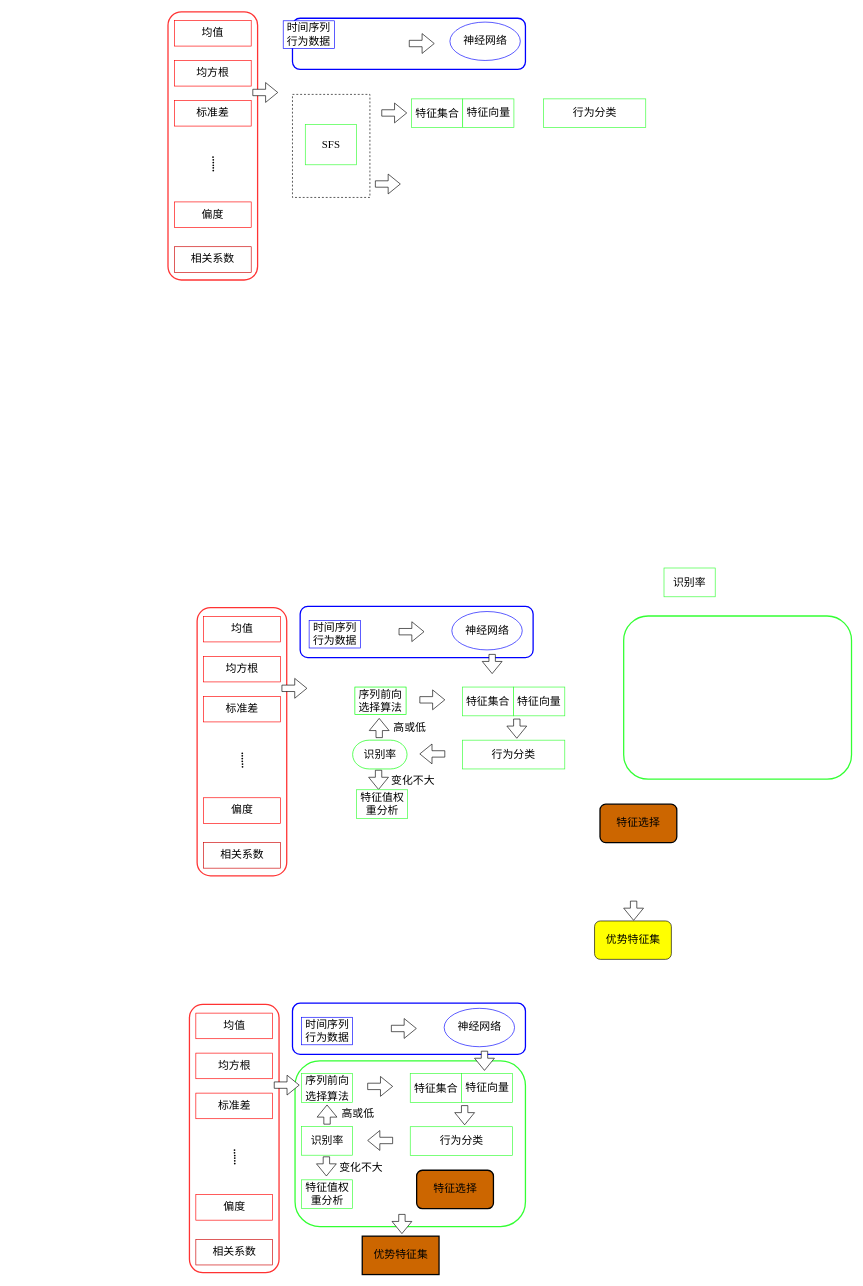
The draw.io diagram 特征选择示意图.drawio in ByronGe/ff, before the edit. Source tidied: cells renumbered, new cells numbered last; positions are measured from the earlier drawing's top-left corner, leaving out a move shared by most shapes. Both pictures are drawn from the tidied source at 64%, with x=0, y=0 at pixel (168, 12).
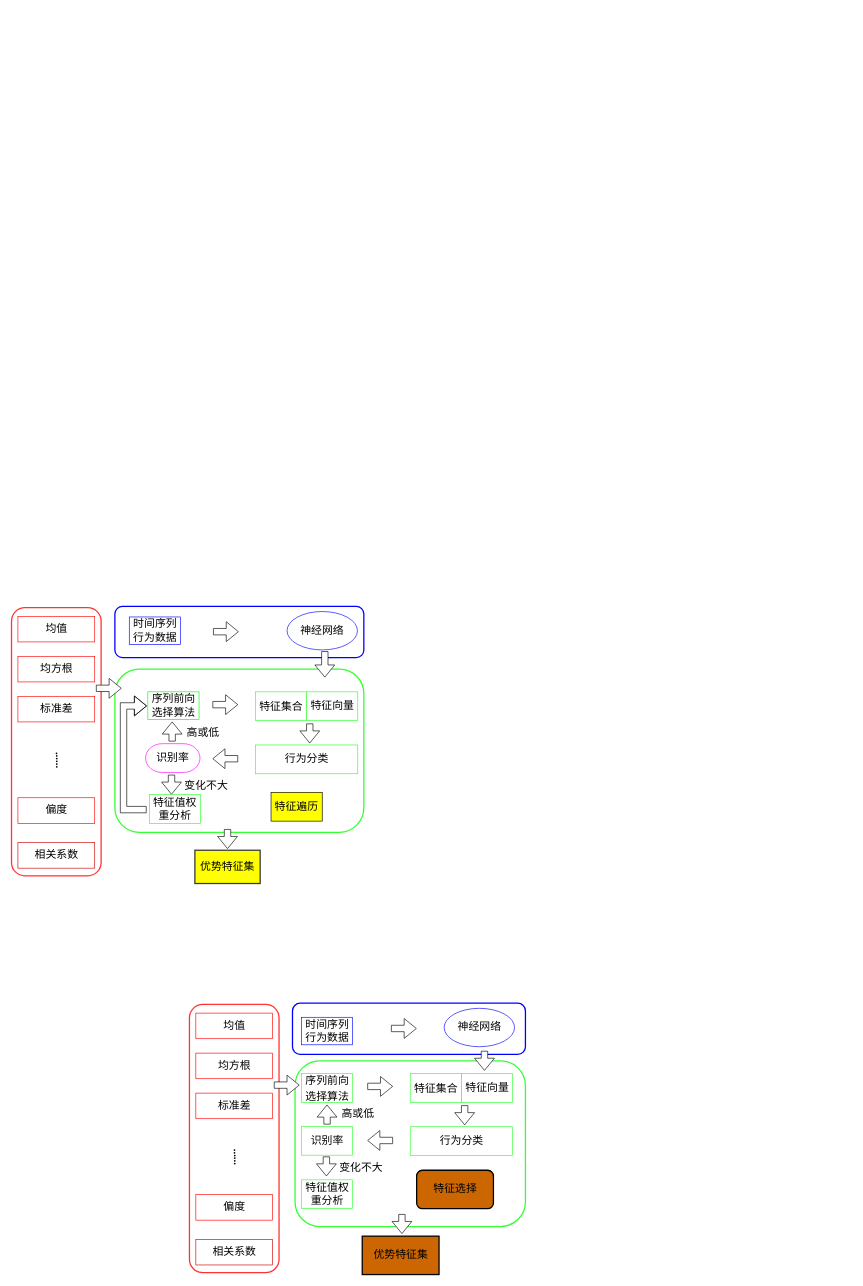
The same diagram, later.

Commit message:
Update 特征选择示意图.drawio

Diff of the diagram source:
```diff
@@
-    <mxCell id="2" style="rounded=1;whiteSpace=wrap;html=1;shadow=0;glass=0;comic=0;labelBackgroundColor=none;strokeColor=#0000FF;strokeWidth=2;fillColor=none;fontFamily=Times New Roman;fontSize=17;" parent="1" vertex="1">
-      <mxGeometry x="194.5" y="10" width="364" height="80" as="geometry" />
-    </mxCell>
-    <mxCell id="3" style="rounded=1;whiteSpace=wrap;html=1;shadow=0;glass=0;comic=0;labelBackgroundColor=none;fillColor=none;fontFamily=Times New Roman;fontSize=17;strokeColor=#FF3333;fontColor=#ffffff;strokeWidth=2;" parent="1" vertex="1">
-      <mxGeometry width="140" height="419" as="geometry" />
-    </mxCell>
-    <mxCell id="4" value="均值" style="rounded=0;whiteSpace=wrap;html=1;fontSize=17;fontFamily=Times New Roman;strokeColor=#FF0000;strokeWidth=1;" parent="1" vertex="1">
-      <mxGeometry x="10" y="13.5" width="120" height="40" as="geometry" />
-    </mxCell>
-    <mxCell id="5" value="均方根" style="rounded=0;whiteSpace=wrap;html=1;fontSize=17;fontFamily=Times New Roman;strokeColor=#FF0000;" parent="1" vertex="1">
-      <mxGeometry x="10" y="76" width="120" height="40" as="geometry" />
-    </mxCell>
-    <mxCell id="6" value="标准差" style="rounded=0;whiteSpace=wrap;html=1;fontSize=17;fontFamily=Times New Roman;strokeColor=#FF0000;" parent="1" vertex="1">
-      <mxGeometry x="10" y="138.5" width="120" height="40" as="geometry" />
-    </mxCell>
-    <mxCell id="7" value="&lt;span style=&quot;font-size: 17px; line-height: 150%;&quot;&gt;SFS&lt;/span&gt;" style="rounded=0;whiteSpace=wrap;html=1;fontSize=17;fontFamily=Times New Roman;strokeColor=#33FF33;" parent="1" vertex="1">
-      <mxGeometry x="214.5" y="176" width="80" height="63" as="geometry" />
-    </mxCell>
-    <mxCell id="8" value="相关系数" style="rounded=0;whiteSpace=wrap;html=1;fontSize=17;fontFamily=Times New Roman;strokeColor=#CC0000;" parent="1" vertex="1">
-      <mxGeometry x="10" y="367" width="120" height="40" as="geometry" />
-    </mxCell>
-    <mxCell id="9" value="偏度" style="rounded=0;whiteSpace=wrap;html=1;fontSize=17;fontFamily=Times New Roman;strokeColor=#FF0000;" parent="1" vertex="1">
-      <mxGeometry x="10" y="297" width="120" height="40" as="geometry" />
-    </mxCell>
-    <mxCell id="10" style="shape=flexArrow;endArrow=classic;html=1;fontSize=17;fontFamily=Times New Roman;fillColor=#ffffff;" parent="1" edge="1">
-      <mxGeometry relative="1" as="geometry">
-        <mxPoint x="132" y="126" as="sourcePoint" />
-        <mxPoint x="172" y="126" as="targetPoint" />
-      </mxGeometry>
-    </mxCell>
-    <mxCell id="11" style="shape=flexArrow;endArrow=classic;html=1;fontSize=17;fontFamily=Times New Roman;fillColor=#ffffff;" parent="1" edge="1">
-      <mxGeometry relative="1" as="geometry">
-        <mxPoint x="333.5" y="158" as="sourcePoint" />
-        <mxPoint x="373.5" y="158" as="targetPoint" />
-      </mxGeometry>
-    </mxCell>
-    <mxCell id="12" value="&lt;span style=&quot;font-size: 17px; line-height: 150%;&quot;&gt;特征集合&lt;/span&gt;" style="rounded=0;whiteSpace=wrap;html=1;fontSize=17;fontFamily=Times New Roman;strokeColor=#33FF33;" parent="1" vertex="1">
-      <mxGeometry x="380.5" y="136" width="80" height="45" as="geometry" />
-    </mxCell>
-    <mxCell id="13" value="时间序列行为数据" style="rounded=0;whiteSpace=wrap;html=1;fontSize=17;fontFamily=Times New Roman;strokeColor=#0000FF;" parent="1" vertex="1">
-      <mxGeometry x="180" y="14" width="80" height="43" as="geometry" />
-    </mxCell>
-    <mxCell id="14" value="特征向量" style="rounded=0;whiteSpace=wrap;html=1;fontSize=17;fontFamily=Times New Roman;strokeColor=#33FF33;" parent="1" vertex="1">
-      <mxGeometry x="460.5" y="136" width="80" height="45" as="geometry" />
-    </mxCell>
-    <mxCell id="15" value="行为分类" style="rounded=0;whiteSpace=wrap;html=1;fontSize=17;fontFamily=Times New Roman;strokeColor=#33FF33;" parent="1" vertex="1">
-      <mxGeometry x="586.5" y="136" width="160" height="45" as="geometry" />
-    </mxCell>
-    <mxCell id="16" style="shape=flexArrow;endArrow=classic;html=1;fontSize=17;fontFamily=Times New Roman;fillColor=#ffffff;" parent="1" edge="1">
-      <mxGeometry relative="1" as="geometry">
-        <mxPoint x="376.5" y="49.5" as="sourcePoint" />
-        <mxPoint x="416.5" y="49.5" as="targetPoint" />
-      </mxGeometry>
-    </mxCell>
-    <mxCell id="17" value="神经网络" style="ellipse;whiteSpace=wrap;html=1;rounded=0;shadow=0;glass=0;comic=0;labelBackgroundColor=none;fillColor=#ffffff;fontFamily=Times New Roman;fontSize=17;strokeColor=#0000FF;" parent="1" vertex="1">
-      <mxGeometry x="440.5" y="16" width="110" height="60" as="geometry" />
-    </mxCell>
-    <mxCell id="18" value="&lt;font style=&quot;font-size: 17px;&quot;&gt;&lt;b style=&quot;font-size: 17px;&quot;&gt;......&lt;/b&gt;&lt;br style=&quot;font-size: 17px;&quot;&gt;&lt;/font&gt;" style="text;html=1;strokeColor=none;fillColor=none;align=center;verticalAlign=middle;whiteSpace=wrap;rounded=0;shadow=0;glass=0;comic=0;labelBackgroundColor=none;fontFamily=Times New Roman;fontSize=17;direction=south;rotation=89;" parent="1" vertex="1">
-      <mxGeometry x="40" y="232.5" width="70" height="11" as="geometry" />
-    </mxCell>
     <mxCell id="19" style="rounded=1;whiteSpace=wrap;html=1;shadow=0;glass=0;comic=0;labelBackgroundColor=none;strokeColor=#33FF33;strokeWidth=2;fillColor=none;fontFamily=Times New Roman;fontSize=17;" parent="1" vertex="1">
-      <mxGeometry x="712" y="944" width="356" height="255" as="geometry" />
+      <mxGeometry x="-83" y="1027" width="389" height="255" as="geometry" />
     </mxCell>
     <mxCell id="20" style="rounded=1;whiteSpace=wrap;html=1;shadow=0;glass=0;comic=0;labelBackgroundColor=none;strokeColor=#0000FF;strokeWidth=2;fillColor=none;fontFamily=Times New Roman;fontSize=17;" parent="1" vertex="1">
-      <mxGeometry x="206.5" y="929" width="364" height="80" as="geometry" />
+      <mxGeometry x="-83" y="929" width="389" height="80" as="geometry" />
     </mxCell>
     <mxCell id="21" style="rounded=1;whiteSpace=wrap;html=1;shadow=0;glass=0;comic=0;labelBackgroundColor=none;fillColor=none;fontFamily=Times New Roman;fontSize=17;strokeColor=#FF3333;fontColor=#ffffff;strokeWidth=2;" parent="1" vertex="1">
-      <mxGeometry x="45.5" y="931" width="140" height="419" as="geometry" />
+      <mxGeometry x="-244.5" y="931" width="140" height="419" as="geometry" />
     </mxCell>
     <mxCell id="22" style="shape=flexArrow;endArrow=classic;html=1;fontSize=17;fontFamily=Times New Roman;fillColor=#ffffff;" parent="1" edge="1">
       <mxGeometry relative="1" as="geometry">
-        <mxPoint x="545" y="1104.5" as="sourcePoint" />
-        <mxPoint x="545" y="1135.5" as="targetPoint" />
+        <mxPoint x="221.5" y="1112" as="sourcePoint" />
+        <mxPoint x="221.5" y="1143" as="targetPoint" />
       </mxGeometry>
     </mxCell>
     <mxCell id="23" value="均值" style="rounded=0;whiteSpace=wrap;html=1;fontSize=17;fontFamily=Times New Roman;strokeColor=#FF0000;strokeWidth=1;" parent="1" vertex="1">
-      <mxGeometry x="55.5" y="944.5" width="120" height="40" as="geometry" />
+      <mxGeometry x="-234.5" y="944.5" width="120" height="40" as="geometry" />
     </mxCell>
     <mxCell id="24" value="均方根" style="rounded=0;whiteSpace=wrap;html=1;fontSize=17;fontFamily=Times New Roman;strokeColor=#FF0000;" parent="1" vertex="1">
-      <mxGeometry x="55.5" y="1007" width="120" height="40" as="geometry" />
+      <mxGeometry x="-234.5" y="1007" width="120" height="40" as="geometry" />
     </mxCell>
     <mxCell id="25" value="标准差" style="rounded=0;whiteSpace=wrap;html=1;fontSize=17;fontFamily=Times New Roman;strokeColor=#FF0000;" parent="1" vertex="1">
-      <mxGeometry x="55.5" y="1069.5" width="120" height="40" as="geometry" />
+      <mxGeometry x="-234.5" y="1069.5" width="120" height="40" as="geometry" />
     </mxCell>
     <mxCell id="26" value="相关系数" style="rounded=0;whiteSpace=wrap;html=1;fontSize=17;fontFamily=Times New Roman;strokeColor=#CC0000;" parent="1" vertex="1">
-      <mxGeometry x="55.5" y="1298" width="120" height="40" as="geometry" />
+      <mxGeometry x="-234.5" y="1298" width="120" height="40" as="geometry" />
     </mxCell>
     <mxCell id="27" value="偏度" style="rounded=0;whiteSpace=wrap;html=1;fontSize=17;fontFamily=Times New Roman;strokeColor=#FF0000;" parent="1" vertex="1">
-      <mxGeometry x="55.5" y="1228" width="120" height="40" as="geometry" />
+      <mxGeometry x="-234.5" y="1228" width="120" height="40" as="geometry" />
     </mxCell>
     <mxCell id="28" style="shape=flexArrow;endArrow=classic;html=1;fontSize=17;fontFamily=Times New Roman;fillColor=#ffffff;" parent="1" edge="1">
       <mxGeometry relative="1" as="geometry">
-        <mxPoint x="177.5" y="1057" as="sourcePoint" />
-        <mxPoint x="217.5" y="1057" as="targetPoint" />
+        <mxPoint x="-112.5" y="1057" as="sourcePoint" />
+        <mxPoint x="-72.5" y="1057" as="targetPoint" />
       </mxGeometry>
     </mxCell>
     <mxCell id="29" style="shape=flexArrow;endArrow=classic;html=1;fontSize=17;fontFamily=Times New Roman;fillColor=#ffffff;" parent="1" edge="1">
       <mxGeometry relative="1" as="geometry">
-        <mxPoint x="393" y="1075" as="sourcePoint" />
-        <mxPoint x="433" y="1075" as="targetPoint" />
+        <mxPoint x="69.5" y="1082.5" as="sourcePoint" />
+        <mxPoint x="109.5" y="1082.5" as="targetPoint" />
       </mxGeometry>
     </mxCell>
     <mxCell id="30" value="&lt;span style=&quot;font-size: 17px; line-height: 150%;&quot;&gt;特征集合&lt;/span&gt;" style="rounded=0;whiteSpace=wrap;html=1;fontSize=17;fontFamily=Times New Roman;strokeColor=#33FF33;" parent="1" vertex="1">
-      <mxGeometry x="460" y="1055" width="80" height="45" as="geometry" />
+      <mxGeometry x="136.5" y="1062.5" width="80" height="45" as="geometry" />
     </mxCell>
     <mxCell id="31" value="时间序列行为数据" style="rounded=0;whiteSpace=wrap;html=1;fontSize=17;fontFamily=Times New Roman;strokeColor=#0000FF;" parent="1" vertex="1">
-      <mxGeometry x="220.5" y="951" width="80" height="43" as="geometry" />
+      <mxGeometry x="-60.5" y="945.5" width="80" height="43" as="geometry" />
     </mxCell>
     <mxCell id="32" value="特征向量" style="rounded=0;whiteSpace=wrap;html=1;fontSize=17;fontFamily=Times New Roman;strokeColor=#33FF33;" parent="1" vertex="1">
-      <mxGeometry x="540" y="1055" width="80" height="45" as="geometry" />
+      <mxGeometry x="216.5" y="1062.5" width="80" height="45" as="geometry" />
     </mxCell>
     <mxCell id="33" value="行为分类" style="rounded=0;whiteSpace=wrap;html=1;fontSize=17;fontFamily=Times New Roman;strokeColor=#33FF33;" parent="1" vertex="1">
-      <mxGeometry x="460" y="1138" width="160" height="45" as="geometry" />
+      <mxGeometry x="136.5" y="1145.5" width="160" height="45" as="geometry" />
     </mxCell>
-    <mxCell id="34" value="特征选择" style="rounded=1;whiteSpace=wrap;html=1;fontSize=17;fontFamily=Times New Roman;strokeColor=#000000;fillColor=#CC6600;strokeWidth=2;" parent="1" vertex="1">
-      <mxGeometry x="675" y="1238" width="120" height="60" as="geometry" />
-    </mxCell>
-    <mxCell id="35" value="识别率" style="rounded=0;whiteSpace=wrap;html=1;fontSize=17;fontFamily=Times New Roman;strokeColor=#33FF33;" parent="1" vertex="1">
-      <mxGeometry x="775" y="869" width="80" height="45" as="geometry" />
-    </mxCell>
+    <mxCell id="82" style="edgeStyle=orthogonalEdgeStyle;shape=flexArrow;rounded=0;orthogonalLoop=1;jettySize=auto;html=1;" parent="1" edge="1">
+      <mxGeometry relative="1" as="geometry">
+        <mxPoint x="-33.5" y="1246.5" as="sourcePoint" />
+        <mxPoint x="-33" y="1084.5" as="targetPoint" />
+        <Array as="points">
+          <mxPoint x="-33.5" y="1246.5" />
+          <mxPoint x="-69.5" y="1246.5" />
+          <mxPoint x="-69.5" y="1084.5" />
+        </Array>
+      </mxGeometry>
+    </mxCell>
     <mxCell id="36" style="shape=flexArrow;endArrow=classic;html=1;fontSize=17;fontFamily=Times New Roman;fillColor=#ffffff;" parent="1" edge="1">
       <mxGeometry relative="1" as="geometry">
-        <mxPoint x="330" y="1134.5" as="sourcePoint" />
-        <mxPoint x="330" y="1103.5" as="targetPoint" />
+        <mxPoint x="6.5" y="1140" as="sourcePoint" />
+        <mxPoint x="6.5" y="1109" as="targetPoint" />
       </mxGeometry>
     </mxCell>
     <mxCell id="37" style="shape=flexArrow;endArrow=classic;html=1;fontSize=17;fontFamily=Times New Roman;fillColor=#ffffff;" parent="1" edge="1">
       <mxGeometry relative="1" as="geometry">
-        <mxPoint x="329" y="1184.5" as="sourcePoint" />
-        <mxPoint x="329" y="1215.5" as="targetPoint" />
+        <mxPoint x="5.5" y="1192" as="sourcePoint" />
+        <mxPoint x="5.5" y="1223" as="targetPoint" />
       </mxGeometry>
     </mxCell>
     <mxCell id="38" value="特征值权重分析" style="rounded=0;whiteSpace=wrap;html=1;fontSize=17;fontFamily=Times New Roman;strokeColor=#33FF33;" parent="1" vertex="1">
-      <mxGeometry x="294.5" y="1215.5" width="80" height="45" as="geometry" />
+      <mxGeometry x="-29" y="1223" width="80" height="45" as="geometry" />
     </mxCell>
     <mxCell id="39" style="shape=flexArrow;endArrow=classic;html=1;fontSize=17;fontFamily=Times New Roman;fillColor=#ffffff;" parent="1" edge="1">
       <mxGeometry relative="1" as="geometry">
-        <mxPoint x="506.5" y="1003.5" as="sourcePoint" />
-        <mxPoint x="506.5" y="1034.5" as="targetPoint" />
+        <mxPoint x="245" y="999" as="sourcePoint" />
+        <mxPoint x="245" y="1040" as="targetPoint" />
       </mxGeometry>
     </mxCell>
     <mxCell id="40" style="shape=flexArrow;endArrow=classic;html=1;fontSize=17;fontFamily=Times New Roman;fillColor=#ffffff;" parent="1" edge="1">
       <mxGeometry relative="1" as="geometry">
-        <mxPoint x="360.5" y="968.5" as="sourcePoint" />
-        <mxPoint x="400.5" y="968.5" as="targetPoint" />
+        <mxPoint x="70.5" y="968.5" as="sourcePoint" />
+        <mxPoint x="110.5" y="968.5" as="targetPoint" />
       </mxGeometry>
     </mxCell>
-    <mxCell id="41" style="shape=flexArrow;endArrow=classic;html=1;fontSize=17;fontFamily=Times New Roman;fillColor=#ffffff;" parent="1" edge="1">
-      <mxGeometry relative="1" as="geometry">
-        <mxPoint x="727.5" y="1389" as="sourcePoint" />
-        <mxPoint x="727.5" y="1420" as="targetPoint" />
-      </mxGeometry>
-    </mxCell>
     <mxCell id="42" value="神经网络" style="ellipse;whiteSpace=wrap;html=1;rounded=0;shadow=0;glass=0;comic=0;labelBackgroundColor=none;fillColor=#ffffff;fontFamily=Times New Roman;fontSize=17;strokeColor=#0000FF;" parent="1" vertex="1">
-      <mxGeometry x="443.5" y="937" width="110" height="60" as="geometry" />
+      <mxGeometry x="186" y="937" width="110" height="60" as="geometry" />
     </mxCell>
     <mxCell id="43" style="shape=flexArrow;endArrow=classic;html=1;fontSize=17;fontFamily=Times New Roman;fillColor=#ffffff;" parent="1" edge="1">
       <mxGeometry relative="1" as="geometry">
-        <mxPoint x="433" y="1159.5" as="sourcePoint" />
-        <mxPoint x="393" y="1159.5" as="targetPoint" />
+        <mxPoint x="109.5" y="1167" as="sourcePoint" />
+        <mxPoint x="69.5" y="1167" as="targetPoint" />
       </mxGeometry>
     </mxCell>
     <mxCell id="44" value="高或低" style="text;html=1;strokeColor=none;fillColor=none;align=center;verticalAlign=middle;whiteSpace=wrap;rounded=0;shadow=0;glass=0;comic=0;labelBackgroundColor=none;fontFamily=Times New Roman;fontSize=17;" parent="1" vertex="1">
-      <mxGeometry x="343" y="1109" width="70" height="20" as="geometry" />
+      <mxGeometry x="19.5" y="1116.5" width="70" height="20" as="geometry" />
     </mxCell>
     <mxCell id="45" value="变化不大" style="text;html=1;strokeColor=none;fillColor=none;align=center;verticalAlign=middle;whiteSpace=wrap;rounded=0;shadow=0;glass=0;comic=0;labelBackgroundColor=none;fontFamily=Times New Roman;fontSize=17;" parent="1" vertex="1">
-      <mxGeometry x="343" y="1192" width="80" height="20" as="geometry" />
+      <mxGeometry x="19.5" y="1199.5" width="80" height="20" as="geometry" />
     </mxCell>
     <mxCell id="46" value="&lt;font style=&quot;font-size: 17px;&quot;&gt;&lt;b style=&quot;font-size: 17px;&quot;&gt;......&lt;/b&gt;&lt;br style=&quot;font-size: 17px;&quot;&gt;&lt;/font&gt;" style="text;html=1;strokeColor=none;fillColor=none;align=center;verticalAlign=middle;whiteSpace=wrap;rounded=0;shadow=0;glass=0;comic=0;labelBackgroundColor=none;fontFamily=Times New Roman;fontSize=17;direction=south;rotation=89;" parent="1" vertex="1">
-      <mxGeometry x="85.5" y="1163.5" width="70" height="11" as="geometry" />
+      <mxGeometry x="-204.5" y="1163.5" width="70" height="11" as="geometry" />
     </mxCell>
-    <mxCell id="47" style="rounded=0;whiteSpace=wrap;html=1;dashed=1;fillColor=none;fontSize=17;" parent="1" vertex="1">
-      <mxGeometry x="194.5" y="129" width="121" height="161" as="geometry" />
-    </mxCell>
-    <mxCell id="48" style="shape=flexArrow;endArrow=classic;html=1;fontSize=17;fontFamily=Times New Roman;fillColor=#ffffff;" parent="1" edge="1">
-      <mxGeometry relative="1" as="geometry">
-        <mxPoint x="323.5" y="269" as="sourcePoint" />
-        <mxPoint x="363.5" y="269" as="targetPoint" />
-      </mxGeometry>
-    </mxCell>
@@
-    <mxCell id="79" value="&lt;font style=&quot;font-size: 17px;&quot;&gt;识别率&lt;/font&gt;" style="strokeWidth=1;html=1;shape=mxgraph.flowchart.terminator;whiteSpace=wrap;rounded=1;fillColor=none;strokeColor=#00FF00;fontSize=17;" parent="1" vertex="1">
-      <mxGeometry x="288.5" y="1138" width="85" height="45" as="geometry" />
+    <mxCell id="79" value="&lt;font style=&quot;font-size: 17px;&quot;&gt;识别率&lt;/font&gt;" style="strokeWidth=1;html=1;shape=mxgraph.flowchart.terminator;whiteSpace=wrap;rounded=1;fillColor=none;strokeColor=#FF00FF;fontSize=17;" parent="1" vertex="1">
+      <mxGeometry x="-35" y="1143.5" width="85" height="45" as="geometry" />
     </mxCell>
+    <mxCell id="81" value="序列前向选择算法" style="rounded=0;whiteSpace=wrap;html=1;fontSize=17;fontFamily=Times New Roman;strokeColor=#00FF00;" parent="1" vertex="1">
+      <mxGeometry x="-31.5" y="1062.5" width="80" height="43" as="geometry" />
+    </mxCell>
-    <mxCell id="80" value="&lt;span style=&quot;font-family: &amp;quot;times new roman&amp;quot;; font-size: 17px; white-space: normal;&quot;&gt;优势特征集&lt;/span&gt;" style="rounded=1;whiteSpace=wrap;html=1;strokeColor=#000000;strokeWidth=1;fillColor=#FFFF00;fontSize=17;" parent="1" vertex="1">
-      <mxGeometry x="666.5" y="1420.5" width="120" height="60" as="geometry" />
+    <mxCell id="80" value="优势特征集" style="rounded=0;whiteSpace=wrap;html=1;fillColor=#FFFF00;fontSize=17;fontFamily=Times New Roman;strokeColor=#36393d;strokeWidth=2;" parent="1" vertex="1">
+      <mxGeometry x="42" y="1310" width="102" height="52" as="geometry" />
     </mxCell>
-    <mxCell id="81" value="序列前向选择算法" style="rounded=0;whiteSpace=wrap;html=1;fontSize=17;fontFamily=Times New Roman;strokeColor=#00FF00;" parent="1" vertex="1">
-      <mxGeometry x="292" y="1055" width="80" height="43" as="geometry" />
-    </mxCell>
+    <mxCell id="83" style="shape=flexArrow;endArrow=classic;html=1;fontSize=17;fontFamily=Times New Roman;fillColor=#ffffff;" parent="1" edge="1">
+      <mxGeometry relative="1" as="geometry">
+        <mxPoint x="93" y="1277" as="sourcePoint" />
+        <mxPoint x="93" y="1308" as="targetPoint" />
+      </mxGeometry>
+    </mxCell>
+    <mxCell id="84" value="特征遍历" style="rounded=0;whiteSpace=wrap;html=1;fontSize=17;fontFamily=Times New Roman;strokeColor=#000000;fillColor=#FFFF00;" parent="1" vertex="1">
+      <mxGeometry x="161" y="1219.5" width="80" height="45" as="geometry" />
+    </mxCell>
```
